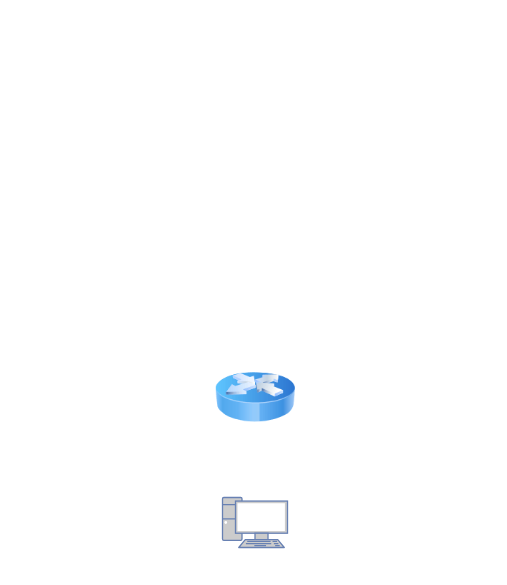
maybewale/siem-lab keeps this draw.io diagram as Untitled Diagram.drawio. Above is the earlier version. Source tidied: cells renumbered, new cells numbered last; positions are measured from the earlier drawing's top-left corner, leaving out a move shared by most shapes. Both pictures are drawn from the tidied source at 100%, with x=0, y=0 at pixel (215, 357).
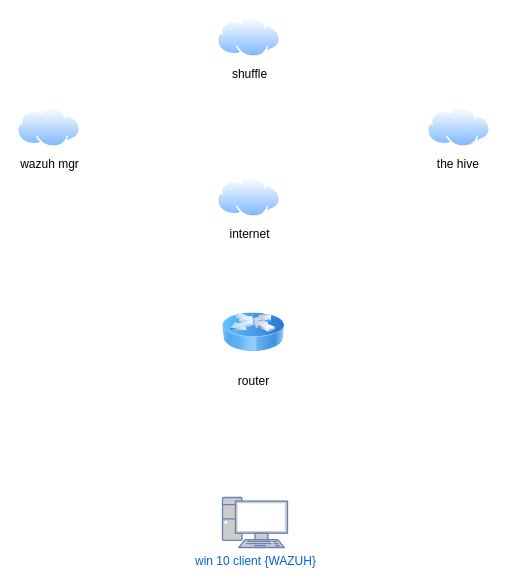
Above is the later version.

Commit message (it also covers changes not shown here):
soc lab

What changed in the source:
```diff
@@
 <mxGraphModel>
   <root>
     <mxCell id="0" />
     <mxCell id="1" parent="0" />
-    <mxCell id="2" style="fontColor=#0066CC;verticalAlign=top;verticalLabelPosition=bottom;labelPosition=center;align=center;html=1;fillColor=#CCCCCC;strokeColor=#6881B3;gradientColor=none;gradientDirection=north;strokeWidth=2;shape=mxgraph.networks.pc;" parent="1" vertex="1">
+    <mxCell id="2" value="win 10 client {WAZUH}&lt;br&gt;" style="fontColor=#0066CC;verticalAlign=top;verticalLabelPosition=bottom;labelPosition=center;align=center;html=1;fillColor=#CCCCCC;strokeColor=#6881B3;gradientColor=none;gradientDirection=north;strokeWidth=2;shape=mxgraph.networks.pc;" parent="1" vertex="1">
       <mxGeometry x="7" y="140" width="65" height="50" as="geometry" />
     </mxCell>
-    <mxCell id="3" style="image;html=1;image=img/lib/clip_art/networking/Router_Icon_128x128.png;" parent="1" vertex="1">
-      <mxGeometry width="80" height="80" as="geometry" />
+    <mxCell id="3" value="router&lt;br&gt;&lt;br&gt;" style="image;html=1;image=img/lib/clip_art/networking/Router_Icon_128x128.png;" parent="1" vertex="1">
+      <mxGeometry x="7" y="-60" width="62" height="70" as="geometry" />
     </mxCell>
+    <mxCell id="4" value="shuffle" style="image;perimeter=ellipsePerimeter;html=1;align=center;shadow=0;dashed=0;spacingTop=3;image=img/lib/active_directory/internet_cloud.svg;" parent="1" vertex="1">
+      <mxGeometry x="2" y="-340" width="63" height="39.7" as="geometry" />
+    </mxCell>
+    <mxCell id="5" value="wazuh mgr&lt;br&gt;" style="image;perimeter=ellipsePerimeter;html=1;align=center;shadow=0;dashed=0;spacingTop=3;image=img/lib/active_directory/internet_cloud.svg;" parent="1" vertex="1">
+      <mxGeometry x="-198" y="-250" width="63" height="39.7" as="geometry" />
+    </mxCell>
+    <mxCell id="6" value="internet&lt;br&gt;" style="image;perimeter=ellipsePerimeter;html=1;align=center;shadow=0;dashed=0;spacingTop=3;image=img/lib/active_directory/internet_cloud.svg;" parent="1" vertex="1">
+      <mxGeometry x="2" y="-180" width="63" height="39.7" as="geometry" />
+    </mxCell>
+    <mxCell id="7" value="the hive&amp;nbsp;" style="image;perimeter=ellipsePerimeter;html=1;align=center;shadow=0;dashed=0;spacingTop=3;image=img/lib/active_directory/internet_cloud.svg;" parent="1" vertex="1">
+      <mxGeometry x="212" y="-250" width="63" height="39.7" as="geometry" />
+    </mxCell>
   </root>
 </mxGraphModel>
```
